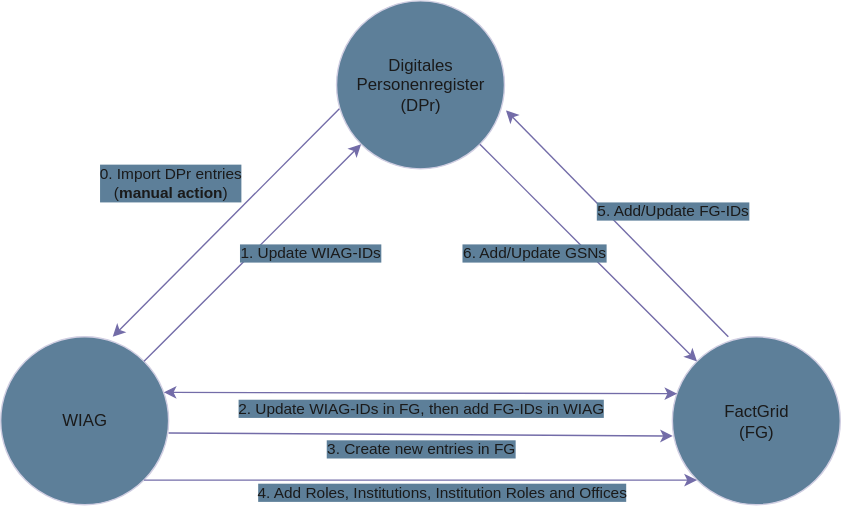
Before: docs/images/sync_notebooks.svg, a diagram exported from draw.io (WIAG-ADW-GOE/sync_notebooks). Source tidied: cells renumbered, new cells last; positions are measured from the earlier drawing's top-left corner, leaving out a move shared by most shapes.
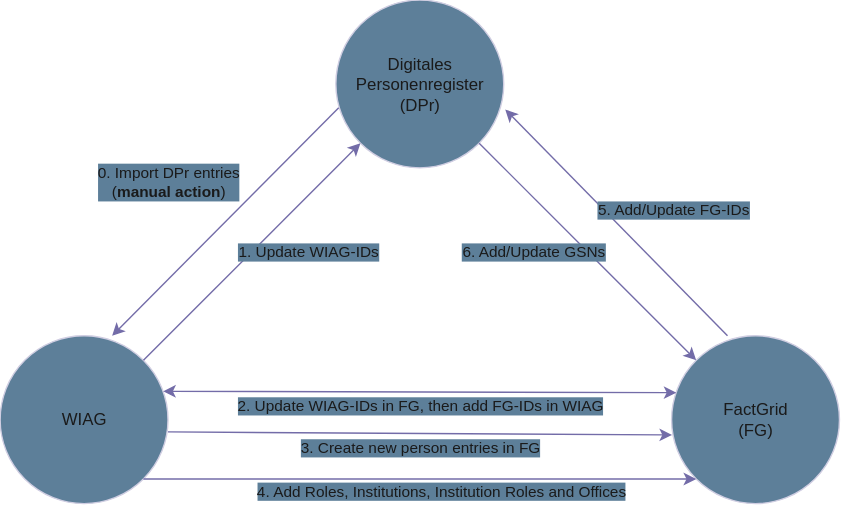
After the commit.

Change to the diagram source:
```diff
@@ -38,7 +38,7 @@
     <mxCell id="11" style="endArrow=classic;html=1;rounded=0;exitX=1;exitY=0.573;exitDx=0;exitDy=0;entryX=0.003;entryY=0.591;entryDx=0;entryDy=0;exitPerimeter=0;entryPerimeter=0;labelBackgroundColor=none;strokeColor=#736CA8;fontColor=default;" parent="1" edge="1" source="2" target="3">
       <mxGeometry relative="1" as="geometry" />
     </mxCell>
-    <mxCell id="12" value="&lt;div&gt;3. Create new entries in FG&lt;/div&gt;" style="edgeLabel;html=1;align=center;verticalAlign=middle;labelBackgroundColor=light-dark(#5D7F99,#6C899F);fontColor=#1A1A1A;" parent="11" vertex="1">
+    <mxCell id="12" value="&lt;div&gt;3. Create new person entries in FG&lt;/div&gt;" style="edgeLabel;html=1;align=center;verticalAlign=middle;labelBackgroundColor=light-dark(#5D7F99,#6C899F);fontColor=#1A1A1A;" parent="11" vertex="1">
       <mxGeometry x="0.13" y="1" relative="1" as="geometry">
         <mxPoint x="-24" y="11" as="offset" />
       </mxGeometry>
```
